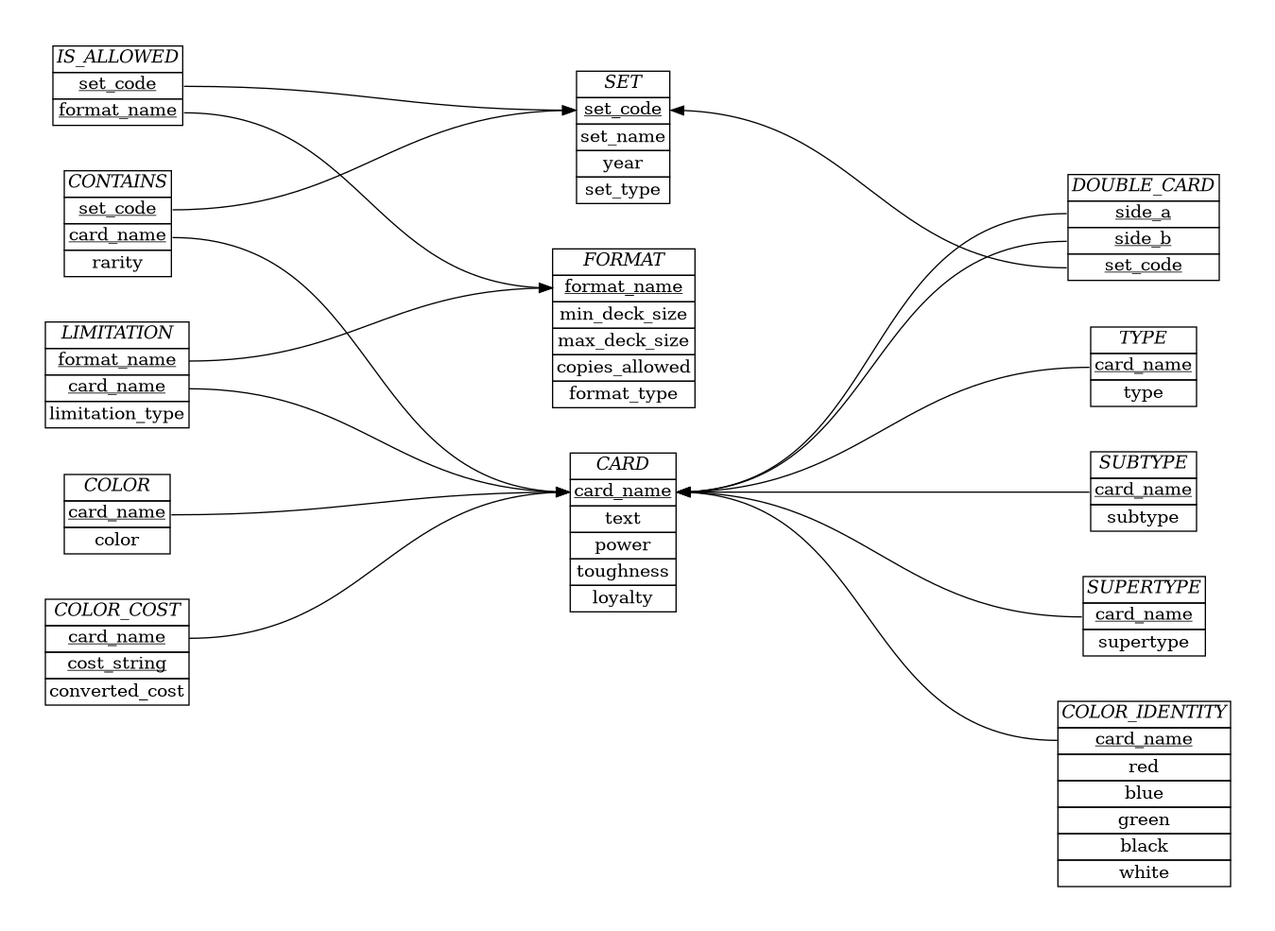
Before: schema/ER_diagram.png, a diagram exported from Graphviz (akilmarshall/trumark). Its source is kept beside it as schema/ER_diagram.dot.
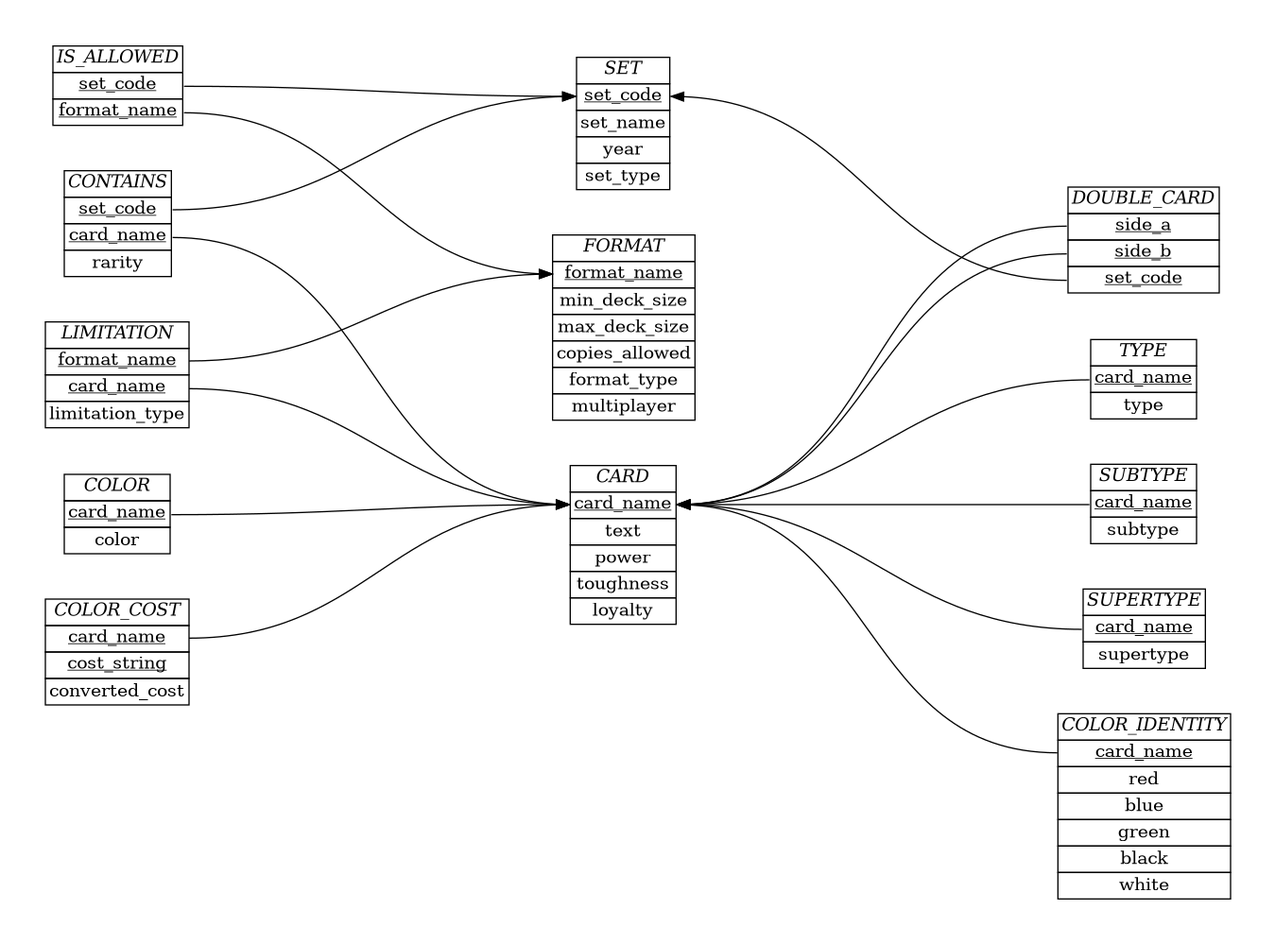
Above is the later version.

Commit message:
added multiplayer to FORMAT

Change to the diagram source:
```diff
@@ -11,6 +11,7 @@
         <tr><td port="3">max_deck_size</td></tr>
         <tr><td port="4">copies_allowed</td></tr>
         <tr><td port="5">format_type</td></tr>
+        <tr><td port="6">multiplayer</td></tr>
         </table>>];
 
     Set [label=<
```
